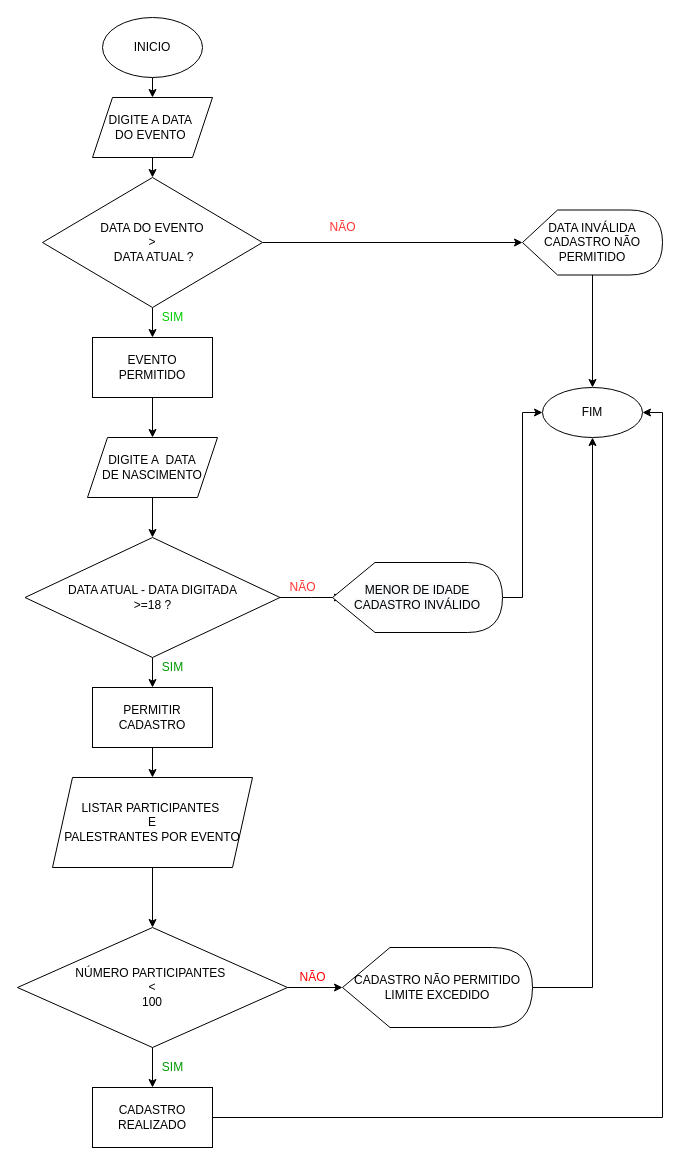
fnandolopes/fluxograma keeps this draw.io diagram as Cadastro para eventos.drawio. Above is the earlier version. Source tidied: cells renumbered, new cells numbered last; positions are measured from the earlier drawing's top-left corner, leaving out a move shared by most shapes. Both pictures are drawn from the tidied source at 100%, with x=0, y=0 at pixel (17, 17).
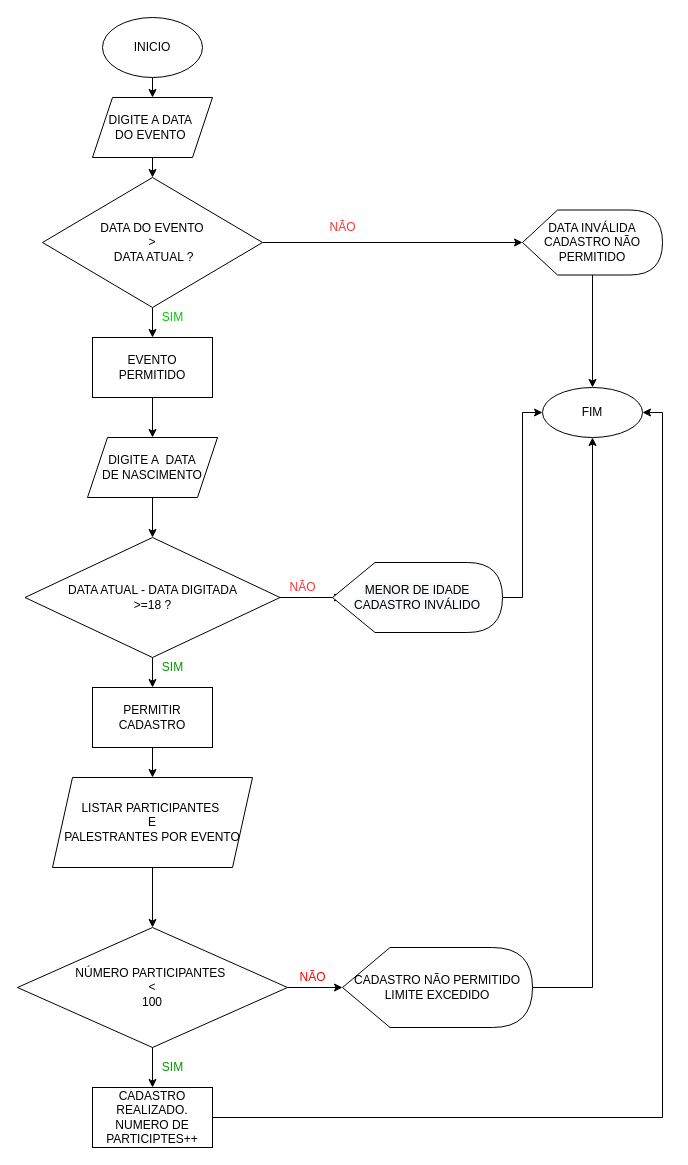
After the change.

The edit, as a diff of the source:
```diff
@@
-    <mxCell id="36" value="CADASTRO&lt;br&gt;REALIZADO" style="rounded=0;whiteSpace=wrap;html=1;fontColor=#000000;" parent="1" vertex="1">
+    <mxCell id="36" value="CADASTRO&lt;br&gt;REALIZADO.&lt;br&gt;NUMERO DE PARTICIPTES++" style="rounded=0;whiteSpace=wrap;html=1;fontColor=#000000;" parent="1" vertex="1">
       <mxGeometry x="75" y="1070" width="120" height="60" as="geometry" />
     </mxCell>
```
